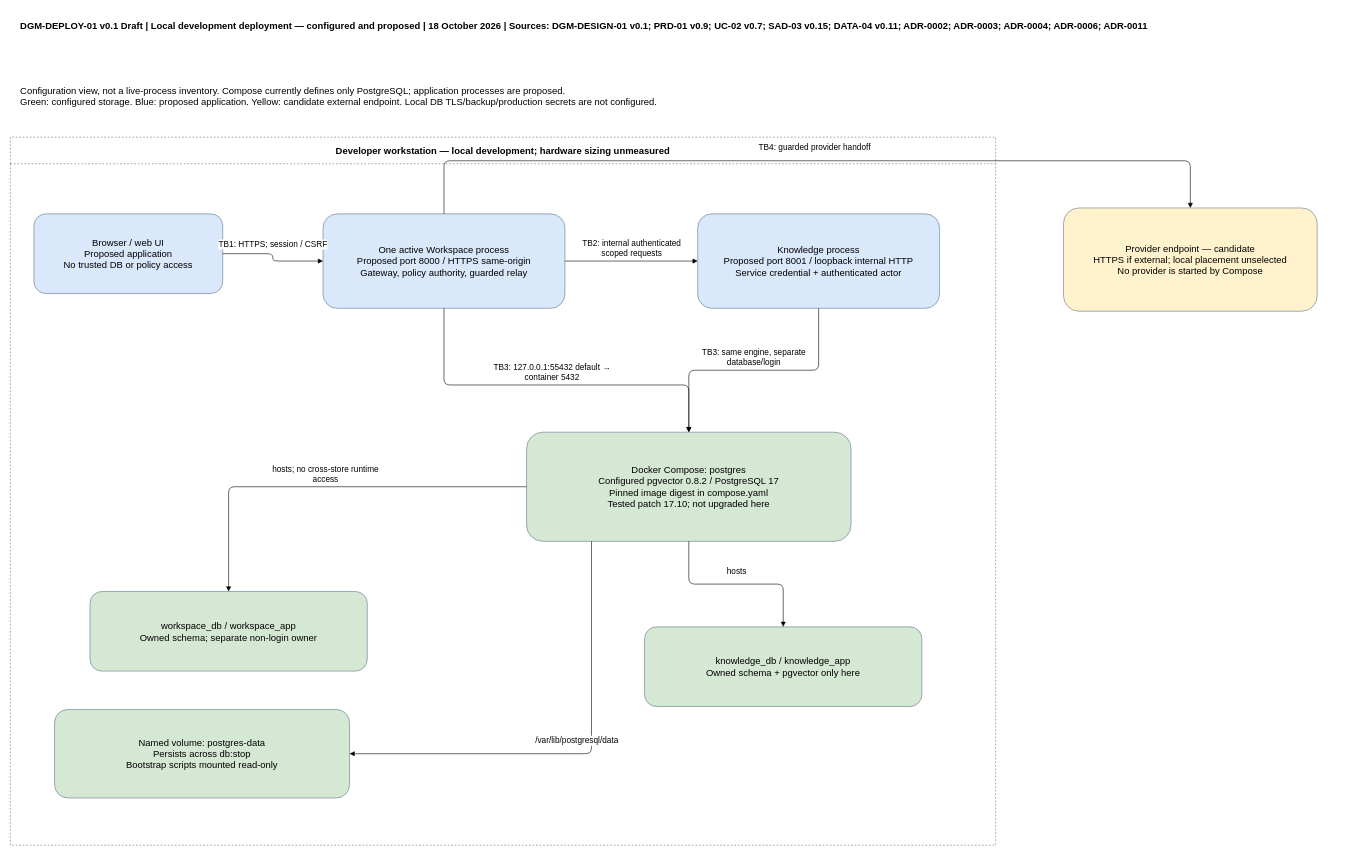
Above: docs/sdlc/diagrams/deployment/local-development.drawio in 900M100CK/scrum-workspace-KMS-ai (draw.io), before the change. Source tidied: cells renumbered, new cells numbered last; positions are measured from the earlier drawing's top-left corner, leaving out a move shared by most shapes. Both pictures are drawn from the tidied source at 59%, with x=0, y=0 at pixel (10, 10).
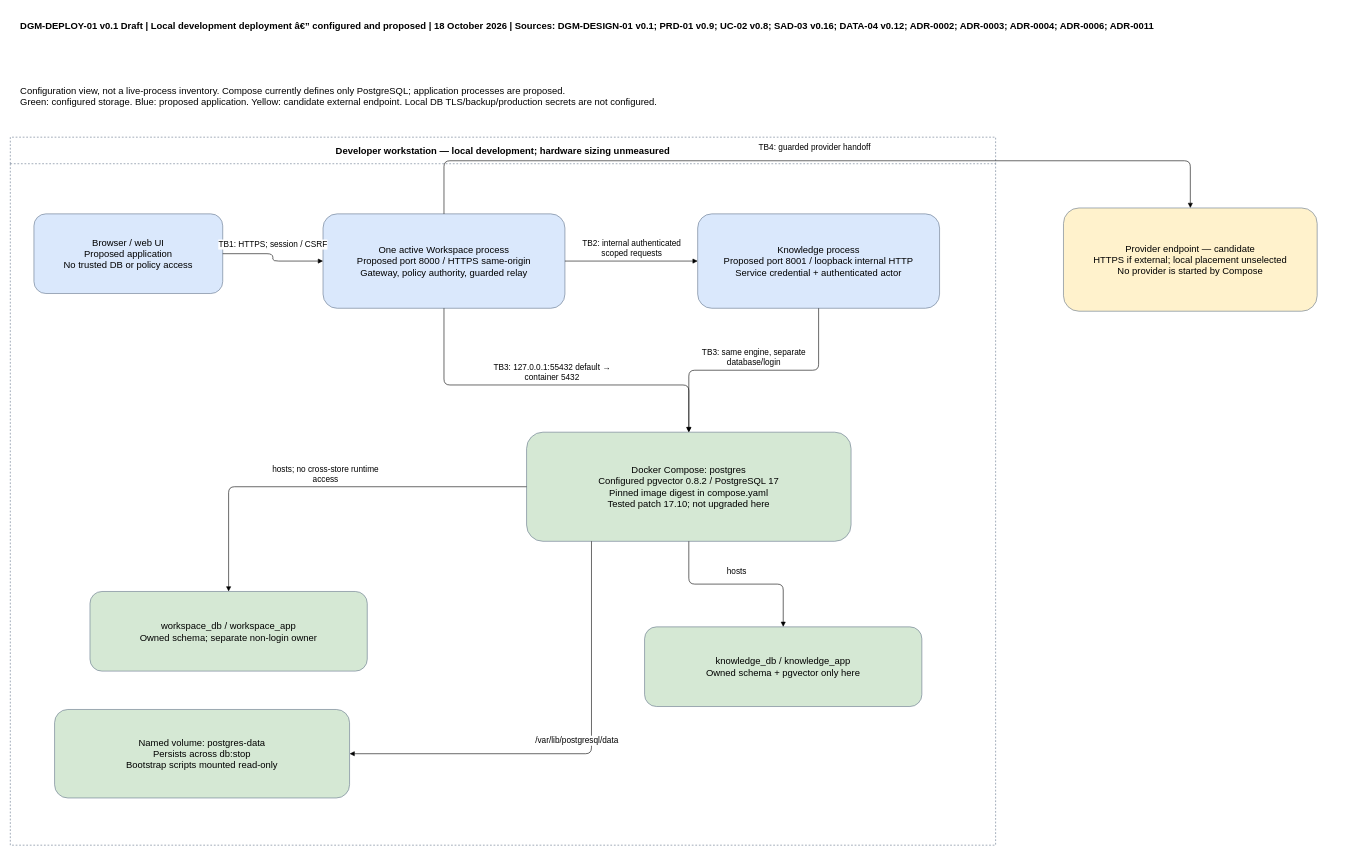
The same diagram, later.

Diff of the diagram source:
```diff
@@
-    <mxCell id="19" value="DGM-DEPLOY-01 v0.1 Draft | Local development deployment — configured and proposed | 18 October 2026 | Sources: DGM-DESIGN-01 v0.1; PRD-01 v0.9; UC-02 v0.7; SAD-03 v0.15; DATA-04 v0.11; ADR-0002; ADR-0003; ADR-0004; ADR-0006; ADR-0011" style="text;align=left;fontStyle=1;whiteSpace=wrap;html=1;fontSize=16;spacing=12;" parent="1" vertex="1">
+    <mxCell id="19" value="DGM-DEPLOY-01 v0.1 Draft | Local development deployment â€” configured and proposed | 18 October 2026 | Sources: DGM-DESIGN-01 v0.1; PRD-01 v0.9; UC-02 v0.8; SAD-03 v0.16; DATA-04 v0.12; ADR-0002; ADR-0003; ADR-0004; ADR-0006; ADR-0011" style="text;align=left;fontStyle=1;whiteSpace=wrap;html=1;fontSize=16;spacing=12;" parent="1" vertex="1">
       <mxGeometry x="5" width="2240" height="105" as="geometry" />
     </mxCell>
```
